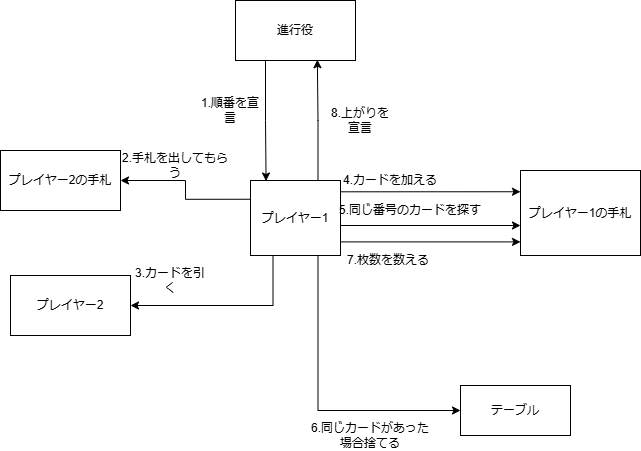
Before: work6-4.drawio.png, a diagram exported from draw.io (kenboasakura/why_java). Source tidied: cells renumbered, new cells last; positions are measured from the earlier drawing's top-left corner, leaving out a move shared by most shapes.
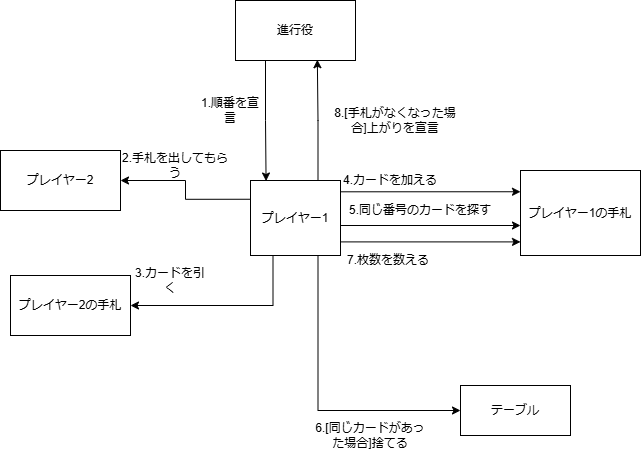
The same diagram one commit later.

What changed in the source:
```diff
@@ -34,7 +34,7 @@
     <mxCell id="9" value="プレイヤー1の手札" style="rounded=0;whiteSpace=wrap;html=1;" parent="1" vertex="1">
       <mxGeometry x="520" y="170" width="120" height="85" as="geometry" />
     </mxCell>
-    <mxCell id="10" value="プレイヤー2" style="rounded=0;whiteSpace=wrap;html=1;" parent="1" vertex="1">
+    <mxCell id="10" value="プレイヤー2の手札" style="rounded=0;whiteSpace=wrap;html=1;" parent="1" vertex="1">
       <mxGeometry x="10" y="275" width="120" height="60" as="geometry" />
     </mxCell>
     <mxCell id="11" value="テーブル" style="rounded=0;whiteSpace=wrap;html=1;" parent="1" vertex="1">
@@ -43,7 +43,7 @@
     <mxCell id="12" style="edgeStyle=orthogonalEdgeStyle;rounded=0;orthogonalLoop=1;jettySize=auto;html=1;exitX=0.5;exitY=1;exitDx=0;exitDy=0;" parent="1" edge="1" source="9" target="9">
       <mxGeometry relative="1" as="geometry" />
     </mxCell>
-    <mxCell id="13" value="6.同じカードがあった場合捨てる" style="text;html=1;align=center;verticalAlign=middle;whiteSpace=wrap;rounded=0;" parent="1" vertex="1">
+    <mxCell id="13" value="6.[同じカードがあった場合]捨てる" style="text;html=1;align=center;verticalAlign=middle;whiteSpace=wrap;rounded=0;" parent="1" vertex="1">
       <mxGeometry x="310" y="420" width="120" height="30" as="geometry" />
     </mxCell>
     <mxCell id="14" style="edgeStyle=orthogonalEdgeStyle;rounded=0;jettySize=auto;html=1;exitX=0.25;exitY=1;exitDx=0;exitDy=0;entryX=0.173;entryY=0.007;entryDx=0;entryDy=0;entryPerimeter=0;" parent="1" edge="1" source="8" target="7">
@@ -55,8 +55,8 @@
     <mxCell id="16" value="1.順番を宣言" style="text;html=1;align=center;verticalAlign=middle;whiteSpace=wrap;rounded=0;" parent="1" vertex="1">
       <mxGeometry x="200" y="50" width="60" height="120" as="geometry" />
     </mxCell>
-    <mxCell id="17" value="8.上がりを宣言" style="text;html=1;align=center;verticalAlign=middle;whiteSpace=wrap;rounded=0;" parent="1" vertex="1">
-      <mxGeometry x="330" y="60" width="60" height="120" as="geometry" />
+    <mxCell id="17" value="8.[手札がなくなった場合]上がりを宣言" style="text;html=1;align=center;verticalAlign=middle;whiteSpace=wrap;rounded=0;" parent="1" vertex="1">
+      <mxGeometry x="330" y="60" width="130" height="120" as="geometry" />
     </mxCell>
     <mxCell id="18" value="4.カードを加える" style="text;html=1;align=center;verticalAlign=middle;whiteSpace=wrap;rounded=0;" parent="1" vertex="1">
       <mxGeometry x="330" y="165" width="120" height="30" as="geometry" />
@@ -65,7 +65,7 @@
       <mxGeometry x="340" y="245" width="96" height="30" as="geometry" />
     </mxCell>
     <mxCell id="20" value="5.同じ番号のカードを探す" style="text;html=1;align=center;verticalAlign=middle;whiteSpace=wrap;rounded=0;" parent="1" vertex="1">
-      <mxGeometry x="330" y="195" width="160" height="30" as="geometry" />
+      <mxGeometry x="340" y="195" width="160" height="30" as="geometry" />
     </mxCell>
     <mxCell id="21" style="edgeStyle=orthogonalEdgeStyle;rounded=0;jettySize=auto;html=1;exitX=1;exitY=0.75;exitDx=0;exitDy=0;entryX=0;entryY=0.84;entryDx=0;entryDy=0;entryPerimeter=0;" parent="1" edge="1" source="7" target="9">
       <mxGeometry relative="1" as="geometry">
@@ -74,7 +74,7 @@
         </Array>
       </mxGeometry>
     </mxCell>
-    <mxCell id="22" value="プレイヤー2の手札" style="rounded=0;whiteSpace=wrap;html=1;" parent="1" vertex="1">
+    <mxCell id="22" value="プレイヤー2" style="rounded=0;whiteSpace=wrap;html=1;" parent="1" vertex="1">
       <mxGeometry y="150" width="120" height="60" as="geometry" />
     </mxCell>
     <mxCell id="23" value="3.カードを引く" style="text;html=1;align=center;verticalAlign=middle;whiteSpace=wrap;rounded=0;" parent="1" vertex="1">
```
